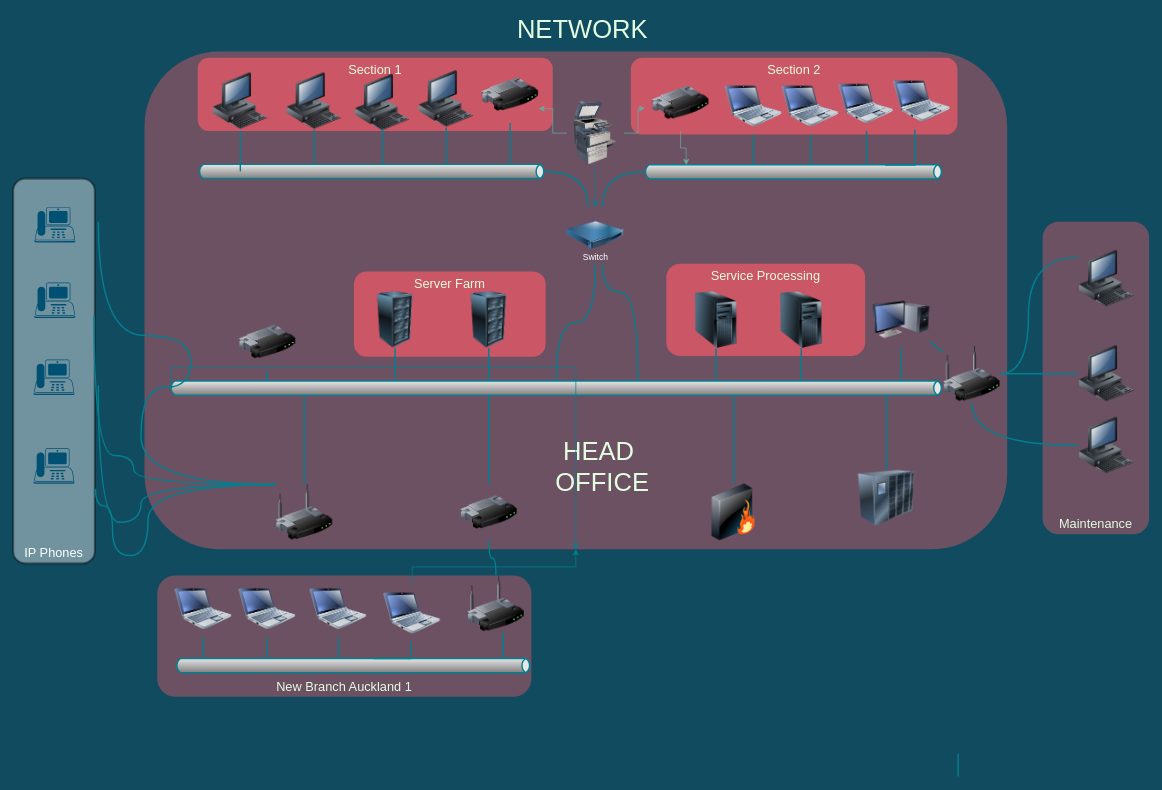
Before: Untitled Diagram.drawio in Kpitooo/whitecliffe, a draw.io diagram. Source tidied: cells renumbered, new cells numbered last; positions are measured from the earlier drawing's top-left corner, leaving out a move shared by most shapes. Both pictures are drawn from the tidied source at 71%, with x=0, y=0 at pixel (13, 12).
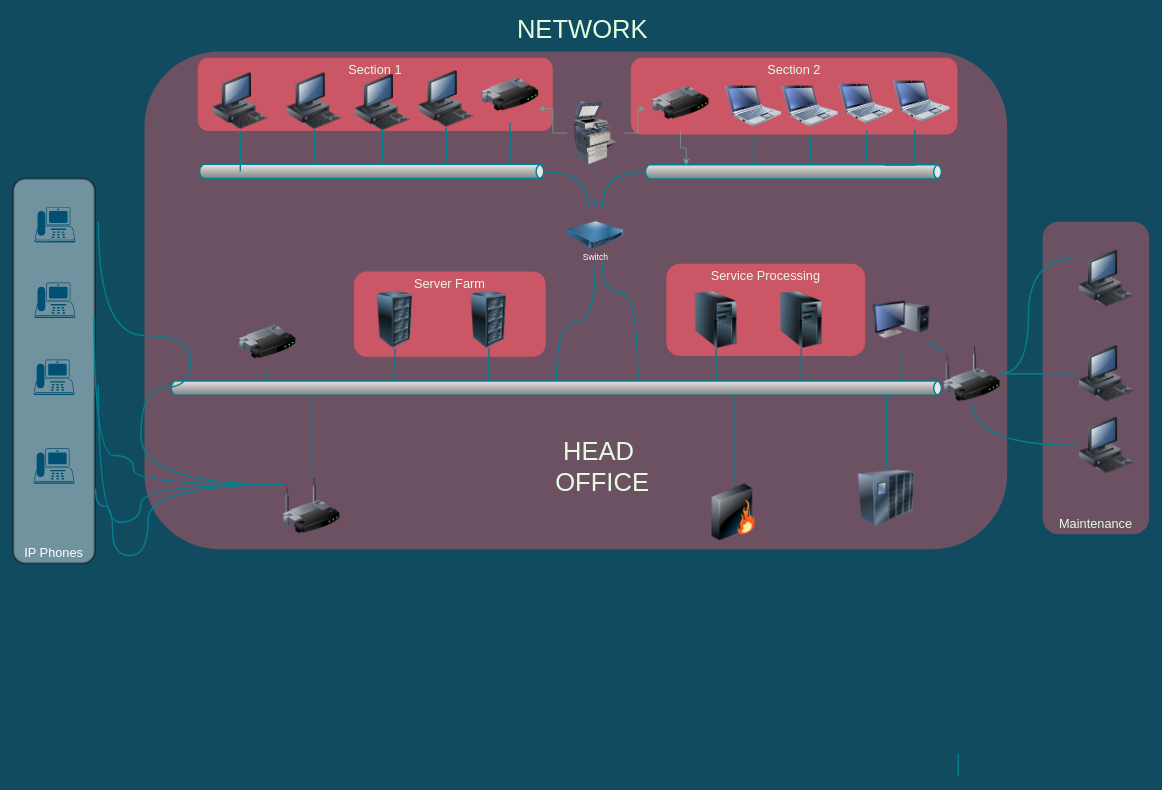
The same page after the edit.

The change refers to these unchanged cells:
```xml
<mxCell id="3" style="rounded=1;whiteSpace=wrap;html=1;shadow=0;strokeColor=none;fillColor=#F45B69;fontSize=18;fontColor=#E4FDE1;opacity=40;fontStyle=0;strokeWidth=3;" parent="1" vertex="1">
  <mxGeometry x="185" y="55" width="1215" height="701" as="geometry" />
</mxCell>
<mxCell id="21" style="strokeWidth=2;strokeColor=#028090;dashed=0;align=center;html=1;fontSize=8;shape=mxgraph.eip.messageChannel;shadow=0;fillColor=#F45B69;fontColor=#E4FDE1;fontStyle=0;" parent="1" vertex="1">
  <mxGeometry x="220" y="519" width="1090" height="20" as="geometry" />
</mxCell>
```

Diff of the diagram source:
```diff
@@
-    <mxCell id="8" value="New Branch Auckland 1" style="rounded=1;whiteSpace=wrap;html=1;shadow=0;strokeColor=none;fillColor=#F45B69;fontSize=18;fontColor=#E4FDE1;verticalAlign=bottom;fontStyle=0;opacity=40;strokeWidth=3;" parent="1" vertex="1">
-      <mxGeometry x="203" y="793" width="527" height="171" as="geometry" />
-    </mxCell>
@@
-    <mxCell id="25" style="image;html=1;image=img/lib/clip_art/networking/Router_128x128.png;shadow=0;strokeColor=#028090;fillColor=#F45B69;fontSize=18;fontColor=#E4FDE1;fontStyle=0;labelBackgroundColor=#114B5F;" parent="1" vertex="1">
-      <mxGeometry x="630" y="664" width="80" height="80" as="geometry" />
-    </mxCell>
@@
     <mxCell id="27" style="image;html=1;image=img/lib/clip_art/networking/Wireless_Router_128x128.png;shadow=0;strokeColor=#028090;fillColor=#F45B69;fontSize=18;fontColor=#E4FDE1;fontStyle=0;labelBackgroundColor=#114B5F;" parent="1" vertex="1">
-      <mxGeometry x="370" y="664" width="80" height="80" as="geometry" />
+      <mxGeometry x="380" y="655" width="80" height="80" as="geometry" />
     </mxCell>
@@
-    <mxCell id="29" style="image;html=1;image=img/lib/clip_art/networking/Wireless_Router_128x128.png;shadow=0;strokeColor=#028090;fillColor=#F45B69;fontSize=18;fontColor=#E4FDE1;fontStyle=0;labelBackgroundColor=#114B5F;" parent="1" vertex="1">
-      <mxGeometry x="640" y="793" width="80" height="80" as="geometry" />
-    </mxCell>
-    <mxCell id="30" style="edgeStyle=orthogonalEdgeStyle;rounded=0;html=1;fontSize=18;fontColor=#E4FDE1;endArrow=none;endFill=0;strokeColor=#028090;strokeWidth=2;curved=1;fontStyle=0;labelBackgroundColor=#114B5F;" parent="1" edge="1" source="25" target="29">
-      <mxGeometry relative="1" as="geometry" />
-    </mxCell>
-    <mxCell id="31" style="image;html=1;image=img/lib/clip_art/computers/Netbook_128x128.png;shadow=0;strokeColor=#028090;fillColor=#F45B69;fontSize=18;fontColor=#E4FDE1;fontStyle=0;labelBackgroundColor=#114B5F;" parent="1" vertex="1">
-      <mxGeometry x="228" y="800" width="80" height="80" as="geometry" />
-    </mxCell>
-    <mxCell id="32" style="image;html=1;image=img/lib/clip_art/computers/Netbook_128x128.png;shadow=0;strokeColor=#028090;fillColor=#F45B69;fontSize=18;fontColor=#E4FDE1;fontStyle=0;labelBackgroundColor=#114B5F;" parent="1" vertex="1">
-      <mxGeometry x="318" y="800" width="80" height="80" as="geometry" />
-    </mxCell>
-    <mxCell id="33" style="image;html=1;image=img/lib/clip_art/computers/Netbook_128x128.png;shadow=0;strokeColor=#028090;fillColor=#F45B69;fontSize=18;fontColor=#E4FDE1;fontStyle=0;labelBackgroundColor=#114B5F;" parent="1" vertex="1">
-      <mxGeometry x="418" y="800" width="80" height="80" as="geometry" />
-    </mxCell>
-    <mxCell id="34" style="strokeWidth=2;strokeColor=#028090;dashed=0;align=center;html=1;fontSize=8;shape=mxgraph.eip.messageChannel;shadow=0;fillColor=#F45B69;fontColor=#E4FDE1;fontStyle=0;" parent="1" vertex="1">
-      <mxGeometry x="228" y="910" width="502" height="20" as="geometry" />
-    </mxCell>
-    <mxCell id="35" style="edgeStyle=orthogonalEdgeStyle;rounded=0;jettySize=auto;html=1;fontColor=#E4FDE1;strokeColor=#028090;fillColor=#F45B69;" parent="1" edge="1" source="36" target="3">
-      <mxGeometry relative="1" as="geometry" />
-    </mxCell>
-    <mxCell id="36" style="image;html=1;image=img/lib/clip_art/computers/Netbook_128x128.png;shadow=0;strokeColor=#028090;fillColor=#F45B69;fontSize=18;fontColor=#E4FDE1;fontStyle=0;labelBackgroundColor=#114B5F;" parent="1" vertex="1">
-      <mxGeometry x="522" y="806" width="80" height="80" as="geometry" />
-    </mxCell>
@@
-    <mxCell id="58" style="edgeStyle=elbowEdgeStyle;strokeWidth=2;rounded=0;endArrow=none;startArrow=none;startSize=10;endSize=10;dashed=0;html=1;strokeColor=#028090;fontSize=18;fontColor=#E4FDE1;startFill=0;endFill=0;fontStyle=0;labelBackgroundColor=#114B5F;" parent="1" edge="1" source="21" target="25">
-      <mxGeometry relative="1" as="geometry" />
-    </mxCell>
@@
-    <mxCell id="64" style="edgeStyle=elbowEdgeStyle;strokeWidth=2;rounded=0;endArrow=none;startArrow=none;startSize=10;endSize=10;dashed=0;html=1;strokeColor=#028090;fontSize=18;fontColor=#E4FDE1;startFill=0;endFill=0;fontStyle=0;labelBackgroundColor=#114B5F;" parent="1" edge="1" source="31" target="34">
-      <mxGeometry relative="1" as="geometry" />
-    </mxCell>
-    <mxCell id="65" style="edgeStyle=elbowEdgeStyle;strokeWidth=2;rounded=0;endArrow=none;startArrow=none;startSize=10;endSize=10;dashed=0;html=1;strokeColor=#028090;fontSize=18;fontColor=#E4FDE1;startFill=0;endFill=0;fontStyle=0;labelBackgroundColor=#114B5F;" parent="1" edge="1" source="32" target="34">
-      <mxGeometry relative="1" as="geometry" />
-    </mxCell>
-    <mxCell id="66" style="edgeStyle=elbowEdgeStyle;strokeWidth=2;rounded=0;endArrow=none;startArrow=none;startSize=10;endSize=10;dashed=0;html=1;strokeColor=#028090;fontSize=18;fontColor=#E4FDE1;startFill=0;endFill=0;fontStyle=0;labelBackgroundColor=#114B5F;" parent="1" edge="1" source="33" target="34">
-      <mxGeometry relative="1" as="geometry" />
-    </mxCell>
-    <mxCell id="67" style="edgeStyle=elbowEdgeStyle;strokeWidth=2;rounded=0;endArrow=none;startArrow=none;startSize=10;endSize=10;dashed=0;html=1;strokeColor=#028090;fontSize=18;fontColor=#E4FDE1;startFill=0;endFill=0;fontStyle=0;labelBackgroundColor=#114B5F;" parent="1" edge="1" source="29" target="34">
-      <mxGeometry relative="1" as="geometry">
-        <Array as="points">
-          <mxPoint x="690" y="895" />
-        </Array>
-      </mxGeometry>
-    </mxCell>
-    <mxCell id="68" style="edgeStyle=elbowEdgeStyle;strokeWidth=2;rounded=0;endArrow=none;startArrow=none;startSize=10;endSize=10;dashed=0;html=1;strokeColor=#028090;fontSize=18;fontColor=#E4FDE1;startFill=0;endFill=0;fontStyle=0;entryX=0;entryY=0;entryDx=280;entryDy=0;entryPerimeter=0;labelBackgroundColor=#114B5F;" parent="1" edge="1" source="36" target="34">
-      <mxGeometry relative="1" as="geometry">
-        <Array as="points">
-          <mxPoint x="560" y="895" />
-        </Array>
-      </mxGeometry>
-    </mxCell>
@@
-    <mxCell id="92" style="edgeStyle=orthogonalEdgeStyle;rounded=0;jettySize=auto;html=1;exitX=0;exitY=0.5;exitDx=2.7;exitDy=0;exitPerimeter=0;fontColor=#E4FDE1;strokeColor=#028090;fillColor=#F45B69;" parent="1" edge="1" source="21" target="3">
-      <mxGeometry relative="1" as="geometry" />
-    </mxCell>
```
